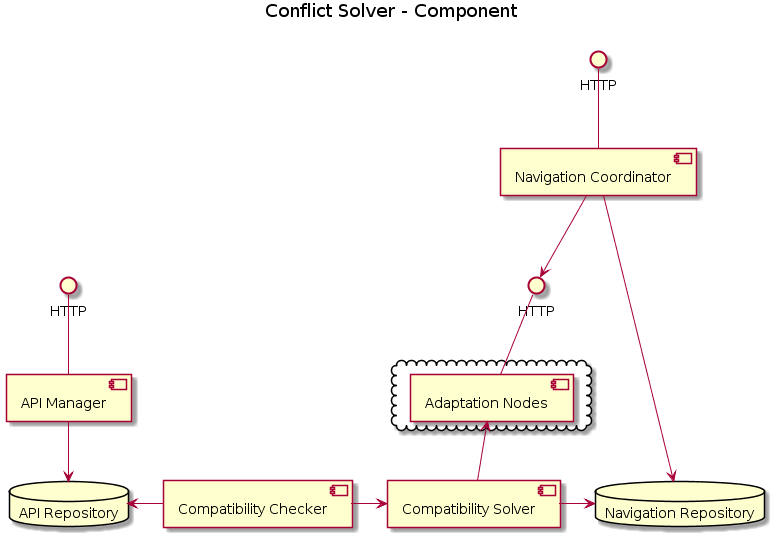
Earlier version of the PlantUML export 06.Conflict_Solver/02.Solution_Architecture_Component.png (AndesRafa/IoT_Challenge8).
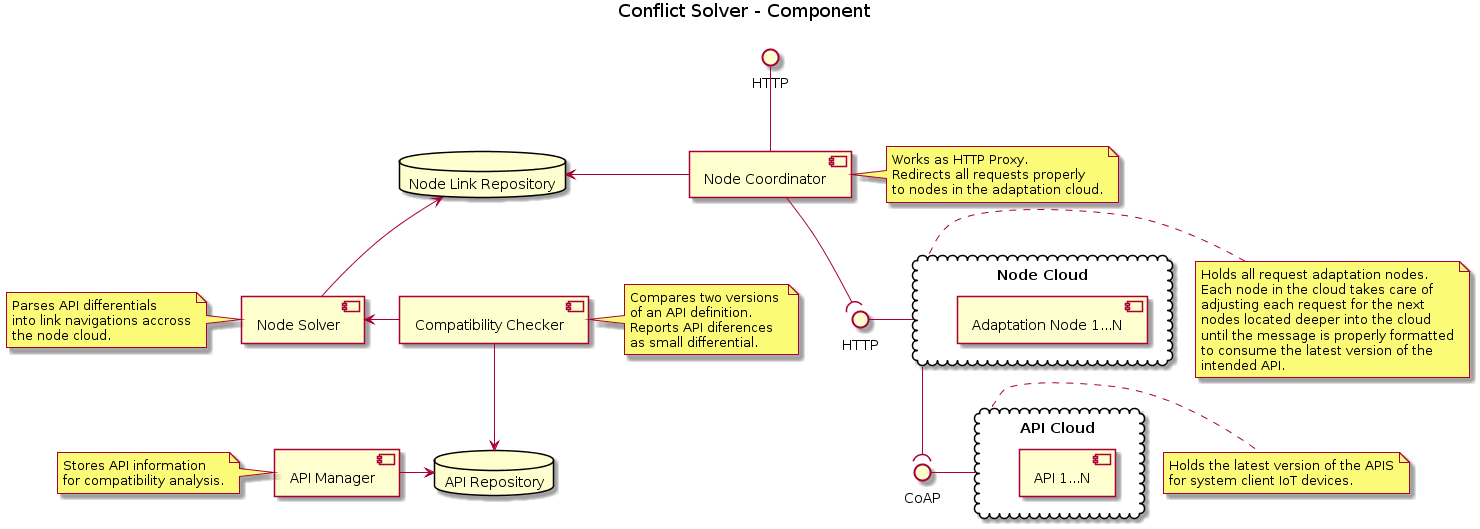
After the commit.

Commit message:
Updated general architecture definition. Added Case Study OpenApi tree instance

What changed in the source:
```diff
@@ -1,31 +1,80 @@
 @startuml
 title Conflict Solver - Component
 
+
 skinparam componentStyle uml2
+
+
 component "API Manager" as apimngr
 component "Compatibility Checker" as compchecker
-component "Compatibility Solver" as compsolver
-component "Navigation Coordinator" as navcor
+component "Node Solver" as nodesolver
+component "Node Coordinator" as nodecoor
 
-interface "HTTP" as http_apimngr
-interface "HTTP" as http_navcor
-interface "HTTP" as http_apinodes
 
-cloud {
-  component "Adaptation Nodes" as apinodes
+interface "HTTP" as http_nodecoor
+interface "HTTP" as http_nodecloud
+interface "CoAP" as coap_apicloud
+
+
+
+cloud "Node Cloud" as nodecloud {
+    component "Adaptation Node 1...N" as apinodes
+}
+cloud "API Cloud" as apicloud {
+    component "API 1...N" as apis
 }
 
 database "API Repository" as apirep
-database "Navigation Repository" as navrep
+database "Node Link Repository" as noderep
 
-http_apimngr -down- apimngr
-apimngr -down-> apirep
-apirep <-right- compchecker
-compsolver <-left- compchecker
-compsolver -right-> navrep
-navcor -down-> navrep
-http_navcor -down- navcor
-apinodes <-down- compsolver
-http_apinodes -down- apinodes
-navcor --> http_apinodes
+
+http_nodecoor -down- nodecoor
+nodecoor -left-> noderep
+nodecoor -down-( http_nodecloud
+http_nodecloud -right- nodecloud
+nodecloud -down-( coap_apicloud
+coap_apicloud -right- apicloud
+nodesolver -up-> noderep
+nodesolver <-right- compchecker
+compchecker -down-> apirep
+apimngr -right-> apirep
+
+note right of nodecoor
+    Works as HTTP Proxy.
+    Redirects all requests properly
+    to nodes in the adaptation cloud.
+end note
+
+note right of compchecker
+    Compares two versions
+    of an API definition.
+    Reports API diferences
+    as small differential.
+end note
+
+note left of nodesolver
+    Parses API differentials
+    into link navigations accross
+    the node cloud.
+end note
+
+note left of apimngr
+    Stores API information
+    for compatibility analysis.
+end note
+
+note right of nodecloud
+    Holds all request adaptation nodes.
+    Each node in the cloud takes care of
+    adjusting each request for the next
+    nodes located deeper into the cloud
+    until the message is properly formatted
+    to consume the latest version of the
+    intended API.
+end note
+
+note right of apicloud
+    Holds the latest version of the APIS
+    for system client IoT devices.
+end note
 @enduml
```
